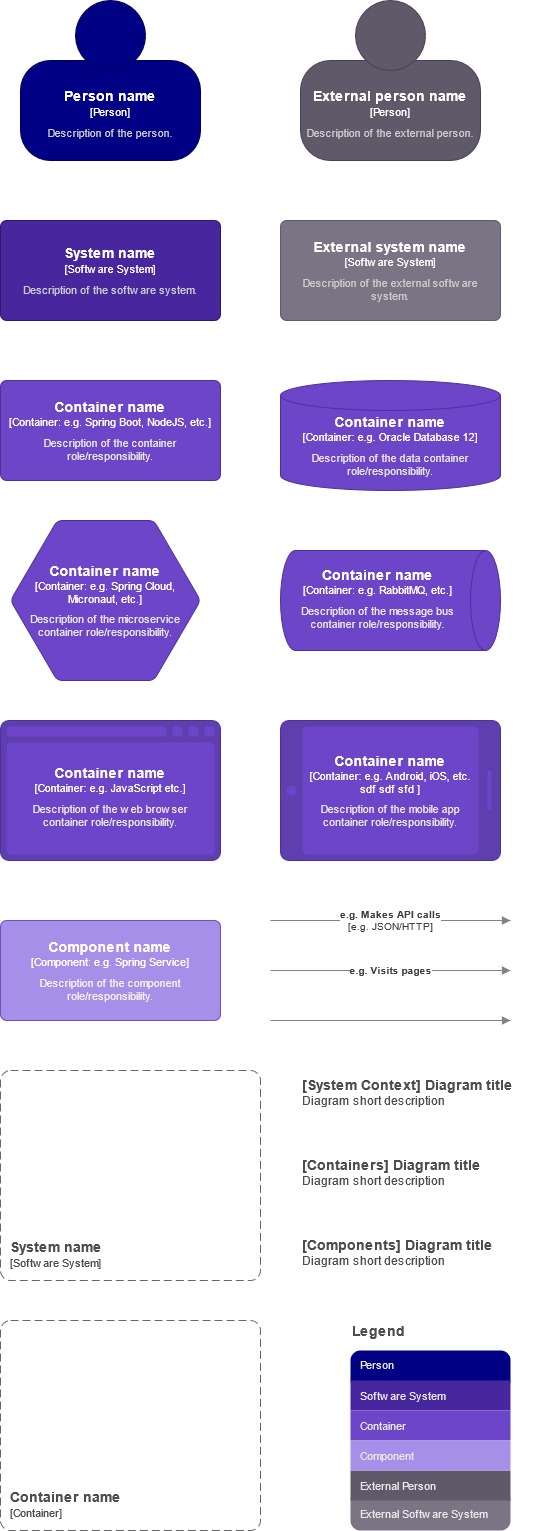
hycomsa/hycom-c4 keeps this draw.io diagram as Hycom-C4.png. Above is the earlier version. Source tidied: cells renumbered, new cells last; positions are measured from the earlier drawing's top-left corner, leaving out a move shared by most shapes.
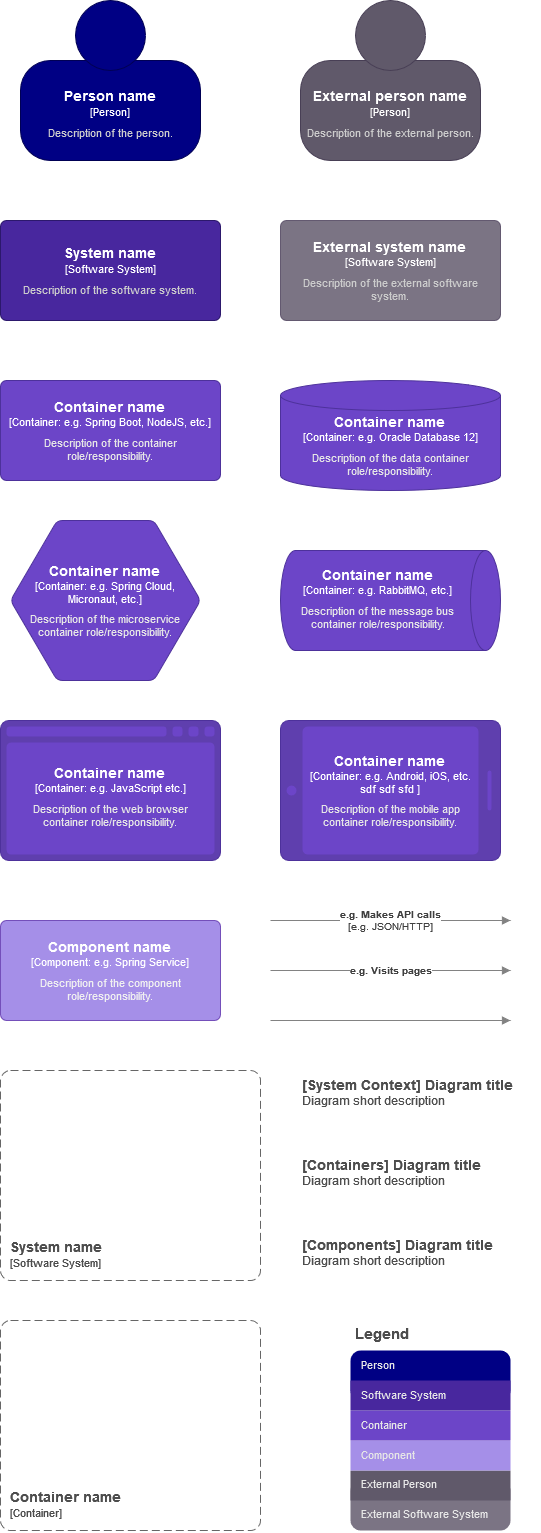
The same file after the commit.

Diff of the diagram source:
```diff
@@ -18,12 +18,12 @@
         </mxGeometry>
       </mxCell>
     </object>
-    <mxCell id="4" style="endArrow=block;html=1;fontSize=10;fontColor=#404040;strokeColor=#828282;strokeWidth=1;endFill=1;jumpSize=14;jumpStyle=arc;" parent="1" edge="1">
-      <mxGeometry relative="1" as="geometry">
-        <mxPoint x="270" y="1020" as="sourcePoint" />
-        <mxPoint x="510" y="1020" as="targetPoint" />
-      </mxGeometry>
-    </mxCell>
+    <mxCell id="30" style="endArrow=block;html=1;fontSize=10;fontColor=#404040;strokeColor=#828282;strokeWidth=1;endFill=1;jumpSize=14;jumpStyle=arc;" parent="1" edge="1">
+      <mxGeometry relative="1" as="geometry">
+        <mxPoint x="270" y="1020" as="sourcePoint" />
+        <mxPoint x="510" y="1020" as="targetPoint" />
+      </mxGeometry>
+    </mxCell>
     <object id="5" label="&lt;div&gt;&lt;font color=&quot;#4D4D4D&quot;&gt;&lt;b&gt;&lt;font style=&quot;font-size: 14px&quot;&gt;[System Context] %A_C1_DIAGRAM_NAME%&lt;br&gt;&lt;/font&gt;&lt;/b&gt;&lt;/font&gt;&lt;/div&gt;&lt;div&gt;&lt;font style=&quot;font-size: 12px&quot; color=&quot;#4D4D4D&quot;&gt;%B_C1_DIAGRAM_DESCRIPTION%&lt;br&gt;&lt;/font&gt;&lt;/div&gt;" A_C1_DIAGRAM_NAME="Diagram title" B_C1_DIAGRAM_DESCRIPTION="Diagram short description" placeholders="1">
       <mxCell style="text;html=1;strokeColor=none;fillColor=none;align=left;verticalAlign=top;whiteSpace=wrap;rounded=0;" parent="1" vertex="1">
         <mxGeometry x="300" y="1070" width="240" height="40" as="geometry" />
@@ -104,32 +104,8 @@
         <mxGeometry x="10" y="520" width="190" height="160" as="geometry" />
       </mxCell>
     </object>
-    <mxCell id="21" style="group;imageAspect=0;perimeter=none;" parent="1" vertex="1">
-      <mxGeometry x="350" y="1320" width="160" height="210" as="geometry" />
-    </mxCell>
-    <mxCell id="22" style="group;rounded=0;opacity=0;fontFamily=Helvetica;fontSize=11;fontColor=#4D4D4D;" parent="21" vertex="1">
-      <mxGeometry y="10" width="160" height="200" as="geometry" />
-    </mxCell>
-    <mxCell id="23" value="&lt;span style=&quot;font-size: 11px;&quot;&gt;&lt;font style=&quot;font-size: 11px;&quot;&gt;External Software System&lt;br style=&quot;font-size: 11px;&quot;&gt;&lt;/font&gt;&lt;/span&gt;" style="rounded=1;whiteSpace=wrap;html=1;fillColor=#7B7484;fontStyle=0;fontSize=11;align=left;spacing=5;strokeColor=none;arcSize=24;spacingBottom=-5;spacingLeft=5;fontColor=#E6E6E6;" parent="21" vertex="1">
-      <mxGeometry y="170" width="160" height="40" as="geometry" />
-    </mxCell>
-    <mxCell id="24" value="&lt;span style=&quot;font-size: 11px;&quot;&gt;&lt;font style=&quot;font-size: 11px;&quot;&gt;External Person&lt;br style=&quot;font-size: 11px;&quot;&gt;&lt;/font&gt;&lt;/span&gt;" style="rounded=0;whiteSpace=wrap;html=1;fillColor=#60596A;fontStyle=0;fontSize=11;align=left;spacing=5;strokeColor=none;spacingLeft=5;fontColor=#E6E6E6;" parent="21" vertex="1">
-      <mxGeometry y="150" width="160" height="30" as="geometry" />
-    </mxCell>
-    <mxCell id="25" value="&lt;span style=&quot;font-size: 11px;&quot;&gt;&lt;font style=&quot;font-size: 11px;&quot;&gt;Person&lt;br style=&quot;font-size: 11px;&quot;&gt;&lt;/font&gt;&lt;/span&gt;" style="rounded=1;whiteSpace=wrap;html=1;fillColor=#000084;fontStyle=0;fontSize=11;align=left;spacing=5;strokeColor=none;absoluteArcSize=0;arcSize=24;verticalAlign=middle;spacingLeft=5;spacingTop=-12;fontColor=#E6E6E6;" parent="21" vertex="1">
-      <mxGeometry y="30" width="160" height="40" as="geometry" />
-    </mxCell>
-    <mxCell id="26" value="&lt;span style=&quot;font-size: 11px;&quot;&gt;&lt;font style=&quot;font-size: 11px;&quot;&gt;Software System&lt;/font&gt;&lt;/span&gt;" style="rounded=0;whiteSpace=wrap;html=1;fillColor=#48279E;fontStyle=0;fontSize=11;align=left;spacing=5;strokeColor=none;spacingLeft=5;fontColor=#E6E6E6;" parent="21" vertex="1">
-      <mxGeometry y="60" width="160" height="30" as="geometry" />
-    </mxCell>
-    <mxCell id="27" value="&lt;span style=&quot;font-size: 11px;&quot;&gt;&lt;font style=&quot;font-size: 11px;&quot;&gt;Container&lt;/font&gt;&lt;/span&gt;" style="rounded=0;whiteSpace=wrap;html=1;fillColor=#6C45C8;fontStyle=0;fontSize=11;align=left;spacing=5;strokeColor=none;spacingLeft=5;fontColor=#E6E6E6;" parent="21" vertex="1">
-      <mxGeometry y="90" width="160" height="30" as="geometry" />
-    </mxCell>
-    <mxCell id="28" value="&lt;font style=&quot;font-size: 11px;&quot;&gt;Component&lt;/font&gt;" style="rounded=0;whiteSpace=wrap;html=1;fontStyle=0;fontSize=11;align=left;spacing=5;strokeColor=none;spacingLeft=5;fontColor=#E6E6E6;fillColor=#A58FE8;" parent="21" vertex="1">
-      <mxGeometry y="120" width="160" height="30" as="geometry" />
-    </mxCell>
-    <mxCell id="29" value="Legend" style="text;html=1;align=center;verticalAlign=middle;strokeColor=none;fontSize=14;fontFamily=Helvetica;fontColor=#4D4D4D;fontStyle=1;spacing=0;spacingLeft=-5;" parent="21" vertex="1">
-      <mxGeometry width="60" height="20" as="geometry" />
-    </mxCell>
+    <mxCell id="31" value="&lt;p style=&quot;line-height: 1.5 ; font-size: 11px&quot;&gt;&lt;/p&gt;&lt;div style=&quot;font-size: 11px&quot;&gt;&lt;font size=&quot;1&quot;&gt;&lt;b&gt;&lt;font style=&quot;font-size: 15px&quot; color=&quot;#4D4D4D&quot;&gt;Legend&lt;/font&gt;&lt;/b&gt;&lt;/font&gt;&lt;/div&gt;&lt;div style=&quot;font-size: 14px&quot;&gt;&lt;font style=&quot;font-size: 14px ; line-height: 1&quot; color=&quot;#E6E6E6&quot;&gt;&lt;br&gt;&lt;/font&gt;&lt;/div&gt;&lt;div style=&quot;font-size: 11px&quot;&gt;&lt;font style=&quot;font-size: 11px&quot; color=&quot;#E6E6E6&quot;&gt;&amp;nbsp; Person&lt;/font&gt;&lt;/div&gt;&lt;div style=&quot;font-size: 11px&quot;&gt;&lt;font style=&quot;font-size: 11px ; line-height: 1.5&quot; color=&quot;#E6E6E6&quot;&gt;&lt;br&gt;&lt;/font&gt;&lt;/div&gt;&lt;div style=&quot;font-size: 11px&quot;&gt;&lt;font style=&quot;font-size: 11px&quot; color=&quot;#E6E6E6&quot;&gt;&amp;nbsp; Software System&lt;/font&gt;&lt;/div&gt;&lt;div style=&quot;font-size: 11px&quot;&gt;&lt;font style=&quot;font-size: 11px ; line-height: 1.5&quot; color=&quot;#E6E6E6&quot;&gt;&lt;br&gt;&lt;/font&gt;&lt;/div&gt;&lt;div style=&quot;font-size: 11px&quot;&gt;&lt;font style=&quot;font-size: 11px&quot; color=&quot;#E6E6E6&quot;&gt;&amp;nbsp; Container&lt;/font&gt;&lt;/div&gt;&lt;div style=&quot;font-size: 11px&quot;&gt;&lt;font style=&quot;font-size: 11px ; line-height: 1.5&quot; color=&quot;#E6E6E6&quot;&gt;&lt;br&gt;&lt;/font&gt;&lt;/div&gt;&lt;div style=&quot;font-size: 11px&quot;&gt;&lt;font style=&quot;font-size: 11px&quot; color=&quot;#E6E6E6&quot;&gt;&amp;nbsp; Component&lt;br style=&quot;font-size: 11px&quot;&gt;&lt;/font&gt;&lt;/div&gt;&lt;div style=&quot;font-size: 11px&quot;&gt;&lt;font style=&quot;font-size: 11px ; line-height: 1.5&quot; color=&quot;#E6E6E6&quot;&gt;&lt;br&gt;&lt;/font&gt;&lt;/div&gt;&lt;div style=&quot;font-size: 11px&quot;&gt;&lt;font style=&quot;font-size: 11px&quot; color=&quot;#E6E6E6&quot;&gt;&amp;nbsp; External Person&lt;/font&gt;&lt;/div&gt;&lt;div style=&quot;font-size: 11px&quot;&gt;&lt;font style=&quot;font-size: 11px ; line-height: 1.5&quot; color=&quot;#E6E6E6&quot;&gt;&lt;br&gt;&lt;/font&gt;&lt;/div&gt;&lt;div style=&quot;font-size: 11px&quot;&gt;&lt;font style=&quot;font-size: 11px&quot; color=&quot;#E6E6E6&quot;&gt;&amp;nbsp; External Software System&lt;br style=&quot;font-size: 11px&quot;&gt;&lt;/font&gt;&lt;/div&gt;&lt;p style=&quot;font-size: 11px&quot;&gt;&lt;/p&gt;" style="shape=(stored shape, 356 characters);whiteSpace=wrap;html=1;align=left;spacing=0;spacingLeft=5;fontSize=11;labelPosition=center;verticalLabelPosition=middle;verticalAlign=top;spacingBottom=0;spacingTop=-12;" parent="1" vertex="1">
+      <mxGeometry x="350" y="1320" width="160" height="210" as="geometry" />
+    </mxCell>
   </root>
 </mxGraphModel>
```
